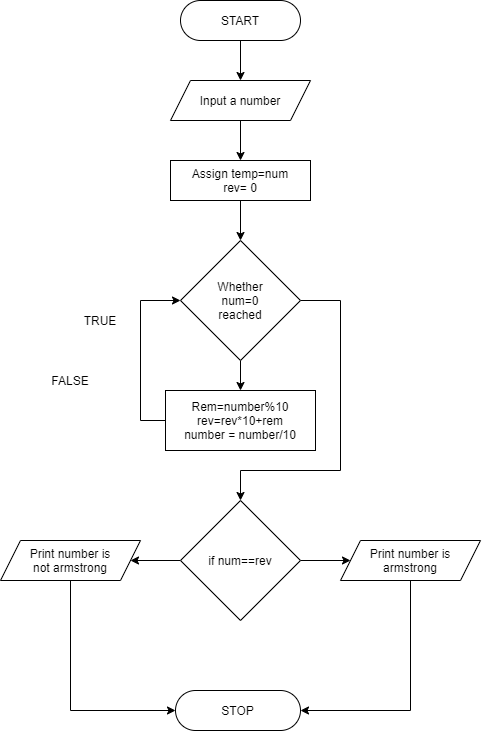
Earlier version of the draw.io export palindrome.png (VishalSahu/Flowcharts). Source tidied: cells renumbered, new cells last; positions are measured from the earlier drawing's top-left corner, leaving out a move shared by most shapes.
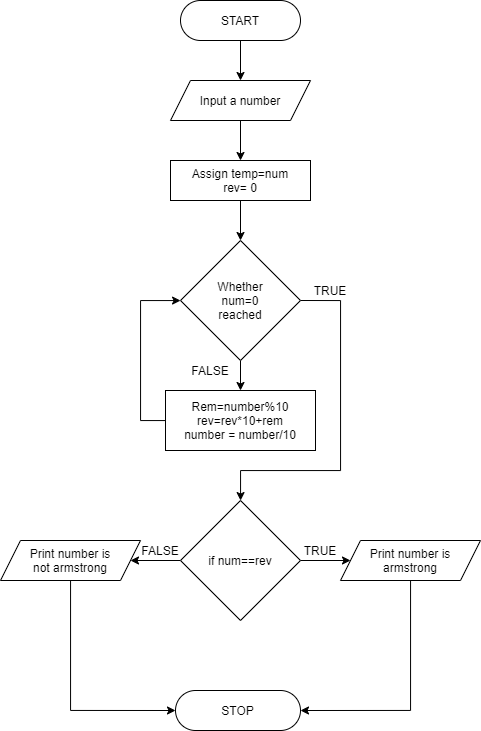
After the commit.

Change to the diagram source:
```diff
@@ -79,10 +79,16 @@
       <mxGeometry y="540" width="140" height="40" as="geometry" />
     </mxCell>
     <mxCell id="21" value="TRUE" style="text;html=1;strokeColor=none;fillColor=none;align=center;verticalAlign=middle;whiteSpace=wrap;rounded=0;" parent="1" vertex="1">
-      <mxGeometry x="80" y="310" width="40" height="20" as="geometry" />
+      <mxGeometry x="310" y="280" width="40" height="20" as="geometry" />
     </mxCell>
     <mxCell id="22" value="FALSE" style="text;html=1;strokeColor=none;fillColor=none;align=center;verticalAlign=middle;whiteSpace=wrap;rounded=0;" parent="1" vertex="1">
-      <mxGeometry x="50" y="370" width="40" height="20" as="geometry" />
+      <mxGeometry x="190" y="360" width="40" height="20" as="geometry" />
     </mxCell>
+    <mxCell id="23" value="TRUE" style="text;html=1;strokeColor=none;fillColor=none;align=center;verticalAlign=middle;whiteSpace=wrap;rounded=0;" parent="1" vertex="1">
+      <mxGeometry x="300" y="540" width="40" height="20" as="geometry" />
+    </mxCell>
+    <mxCell id="24" value="FALSE" style="text;html=1;strokeColor=none;fillColor=none;align=center;verticalAlign=middle;whiteSpace=wrap;rounded=0;" parent="1" vertex="1">
+      <mxGeometry x="140" y="540" width="40" height="20" as="geometry" />
+    </mxCell>
   </root>
 </mxGraphModel>
```
